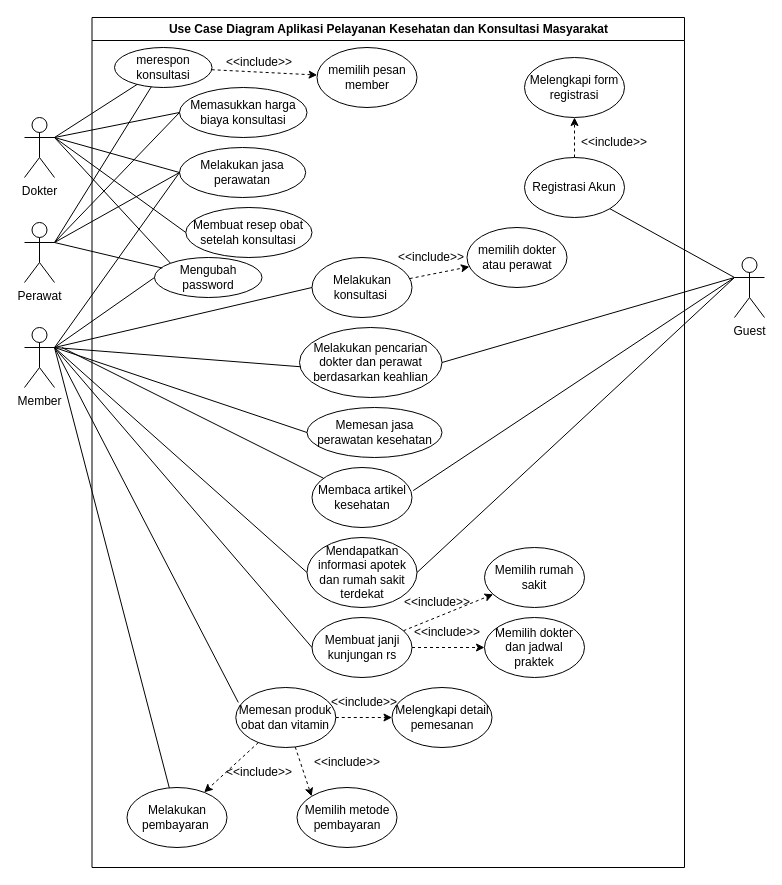
Earlier version of the draw.io diagram use case/use case ilham.drawio (Muhamadrafliseptian/rancangan-sistem-dan-dokumen). Source tidied: cells renumbered, new cells numbered last; positions are measured from the earlier drawing's top-left corner, leaving out a move shared by most shapes. Both pictures are drawn from the tidied source at 100%, with x=0, y=0 at pixel (24, 17).
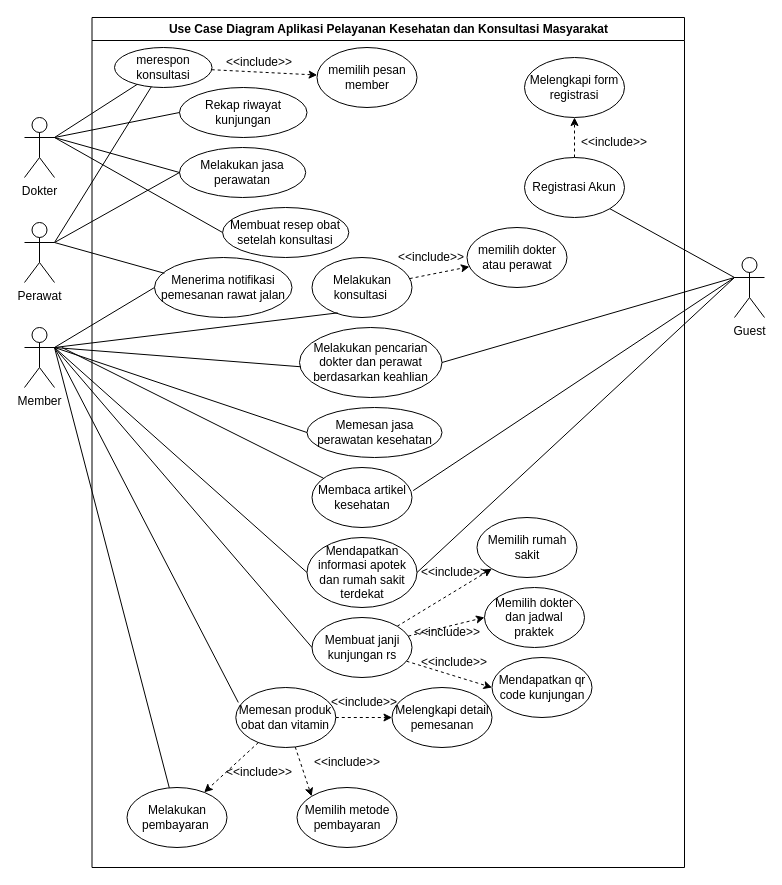
The same diagram, later.

The change refers to these unchanged cells:
```xml
<mxCell id="2" value="Use Case Diagram Aplikasi Pelayanan Kesehatan dan Konsultasi Masyarakat" style="swimlane;whiteSpace=wrap;html=1;" parent="1" vertex="1">
  <mxGeometry x="67.5" width="592.5" height="850" as="geometry" />
</mxCell>
<mxCell id="12" value="Membuat janji&lt;br&gt;kunjungan rs" style="ellipse;whiteSpace=wrap;html=1;" parent="2" vertex="1">
  <mxGeometry x="220" y="600" width="100" height="60" as="geometry" />
</mxCell>
<mxCell id="30" value="Melakukan konsultasi&amp;nbsp;" style="ellipse;whiteSpace=wrap;html=1;" parent="2" vertex="1">
  <mxGeometry x="220" y="240" width="100" height="60" as="geometry" />
</mxCell>
<mxCell id="38" value="Melakukan jasa perawatan" style="ellipse;whiteSpace=wrap;html=1;fillColor=default;strokeColor=default;" parent="2" vertex="1">
  <mxGeometry x="87.5" y="130" width="126.2" height="50" as="geometry" />
</mxCell>
<mxCell id="46" value="Dokter" style="shape=umlActor;verticalLabelPosition=bottom;verticalAlign=top;html=1;outlineConnect=0;" parent="1" vertex="1">
  <mxGeometry y="100" width="30" height="60" as="geometry" />
</mxCell>
<mxCell id="51" value="Perawat" style="shape=umlActor;verticalLabelPosition=bottom;verticalAlign=top;html=1;outlineConnect=0;" parent="1" vertex="1">
  <mxGeometry y="205" width="30" height="60" as="geometry" />
</mxCell>
<mxCell id="62" value="Member" style="shape=umlActor;verticalLabelPosition=bottom;verticalAlign=top;html=1;outlineConnect=0;" parent="1" vertex="1">
  <mxGeometry y="310" width="30" height="60" as="geometry" />
</mxCell>
```

The edit, as a diff of the source:
```diff
@@
-    <mxCell id="7" value="Memasukkan harga biaya konsultasi" style="ellipse;whiteSpace=wrap;html=1;fillColor=default;strokeColor=default;" parent="2" vertex="1">
+    <mxCell id="7" value="Rekap riwayat kunjungan" style="ellipse;whiteSpace=wrap;html=1;fillColor=default;strokeColor=default;" parent="2" vertex="1">
       <mxGeometry x="87.5" y="70" width="127.5" height="50" as="geometry" />
     </mxCell>
@@
+    <mxCell id="68" style="rounded=0;jettySize=auto;html=1;entryX=0;entryY=0.5;entryDx=0;entryDy=0;endArrow=classic;endFill=1;dashed=1;" parent="2" edge="1" source="12" target="69">
+      <mxGeometry relative="1" as="geometry" />
+    </mxCell>
@@
     <mxCell id="13" value="Memilih rumah sakit" style="ellipse;whiteSpace=wrap;html=1;" parent="2" vertex="1">
-      <mxGeometry x="392.5" y="530" width="100" height="60" as="geometry" />
+      <mxGeometry x="385" y="500" width="100" height="60" as="geometry" />
     </mxCell>
     <mxCell id="14" value="Memilih dokter dan jadwal praktek" style="ellipse;whiteSpace=wrap;html=1;" parent="2" vertex="1">
-      <mxGeometry x="392.5" y="600" width="100" height="60" as="geometry" />
+      <mxGeometry x="392.5" y="570" width="100" height="60" as="geometry" />
     </mxCell>
     <mxCell id="15" value="&amp;lt;&amp;lt;include&amp;gt;&amp;gt;" style="text;html=1;strokeColor=none;fillColor=none;align=center;verticalAlign=middle;whiteSpace=wrap;rounded=0;" parent="2" vertex="1">
-      <mxGeometry x="315" y="570" width="60" height="30" as="geometry" />
+      <mxGeometry x="332.5" y="540" width="60" height="30" as="geometry" />
     </mxCell>
@@
-    <mxCell id="39" value="Mengubah password" style="ellipse;whiteSpace=wrap;html=1;fillColor=default;strokeColor=default;" parent="2" vertex="1">
-      <mxGeometry x="62.5" y="240" width="107.5" height="40" as="geometry" />
+    <mxCell id="39" value="Menerima notifikasi pemesanan rawat jalan" style="ellipse;whiteSpace=wrap;html=1;fillColor=default;strokeColor=default;" parent="2" vertex="1">
+      <mxGeometry x="62.5" y="240" width="137.5" height="60" as="geometry" />
     </mxCell>
     <mxCell id="40" value="Membuat resep obat&lt;br&gt;setelah konsultasi" style="ellipse;whiteSpace=wrap;html=1;fillColor=default;strokeColor=default;" parent="2" vertex="1">
-      <mxGeometry x="93.8" y="190" width="126.2" height="50" as="geometry" />
+      <mxGeometry x="130.6" y="190" width="126.2" height="50" as="geometry" />
     </mxCell>
+    <mxCell id="69" value="Mendapatkan qr code kunjungan" style="ellipse;whiteSpace=wrap;html=1;" parent="2" vertex="1">
+      <mxGeometry x="400" y="640" width="100" height="60" as="geometry" />
+    </mxCell>
+    <mxCell id="70" value="&amp;lt;&amp;lt;include&amp;gt;&amp;gt;" style="text;html=1;strokeColor=none;fillColor=none;align=center;verticalAlign=middle;whiteSpace=wrap;rounded=0;" parent="2" vertex="1">
+      <mxGeometry x="332.5" y="630" width="60" height="30" as="geometry" />
+    </mxCell>
@@
-    <mxCell id="44" style="edgeStyle=none;rounded=0;jettySize=auto;html=1;entryX=0;entryY=0;entryDx=0;entryDy=0;endArrow=none;endFill=0;exitX=1;exitY=0.3333333333333333;exitDx=0;exitDy=0;exitPerimeter=0;" parent="1" edge="1" source="46" target="39">
-      <mxGeometry relative="1" as="geometry" />
-    </mxCell>
@@
-    <mxCell id="47" style="rounded=0;jettySize=auto;html=1;entryX=0;entryY=0.5;entryDx=0;entryDy=0;exitX=1;exitY=0.3333333333333333;exitDx=0;exitDy=0;exitPerimeter=0;endArrow=none;endFill=0;" parent="1" edge="1" source="51" target="7">
-      <mxGeometry relative="1" as="geometry" />
-    </mxCell>
@@
-    <mxCell id="59" style="rounded=0;jettySize=auto;html=1;entryX=0;entryY=0.5;entryDx=0;entryDy=0;startArrow=none;startFill=0;endArrow=none;endFill=0;" parent="1" edge="1" target="30">
+    <mxCell id="59" style="rounded=0;jettySize=auto;html=1;entryX=0.257;entryY=0.923;entryDx=0;entryDy=0;startArrow=none;startFill=0;endArrow=none;endFill=0;entryPerimeter=0;" parent="1" edge="1" target="30">
       <mxGeometry relative="1" as="geometry">
         <mxPoint x="30" y="330" as="sourcePoint" />
       </mxGeometry>
     </mxCell>
-    <mxCell id="60" style="edgeStyle=none;rounded=0;jettySize=auto;html=1;entryX=0;entryY=0.5;entryDx=0;entryDy=0;endArrow=none;endFill=0;exitX=1;exitY=0.3333333333333333;exitDx=0;exitDy=0;exitPerimeter=0;" parent="1" edge="1" source="62" target="38">
-      <mxGeometry relative="1" as="geometry" />
-    </mxCell>
```
